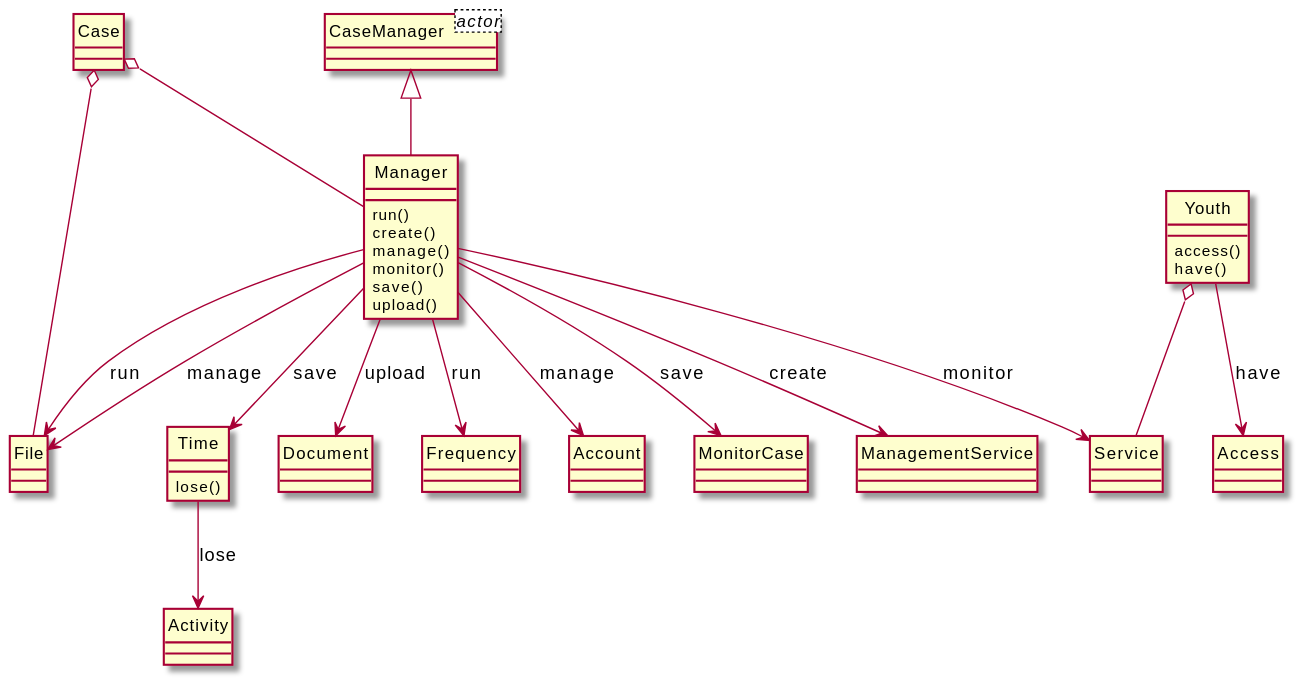
The PlantUML diagram output/diagram_5/2014-USC-Project08.svg in xixixhalu/DomainModelExtractor, before a commit.
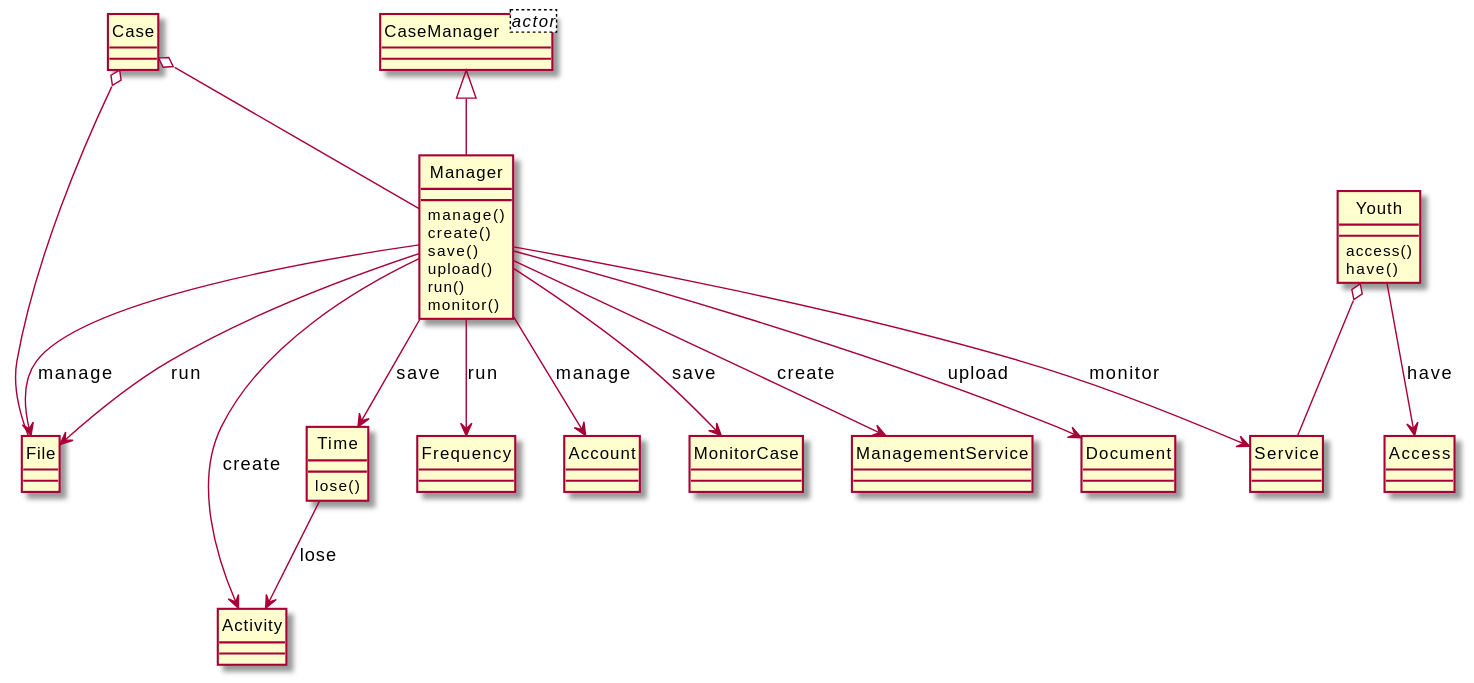
Later version of the same file.

Diff of the diagram source:
```diff
@@ -7,51 +7,52 @@
 class File {
 }
 class Manager {
-	run()
+	manage()
 	create()
-	manage()
-	monitor()
 	save()
 	upload()
+	run()
+	monitor()
 }
 class Service {
 }
 class Time {
 	lose()
 }
-class Document {
+class Activity {
 }
 class Frequency {
 }
 class Account {
 }
-class Activity {
-}
-class MonitorCase {
-}
 class Youth {
 	access()
 	have()
 }
-class Access {
+class MonitorCase {
 }
 class ManagementService {
 }
+class Document {
+}
+class Access {
+}
 class CaseManager {
 }
-Time --> Activity : lose
+Manager --> File : manage
+Manager --> Time : save
 Youth o-- Service
-Manager --> Frequency : run
-Manager --> Service : monitor
-Manager --> MonitorCase : save
-Case o-- File
-CaseManager <|-- Manager
-Manager --> Time : save
-Youth --> Access : have
 Manager --> ManagementService : create
 Manager --> Account : manage
+Time --> Activity : lose
+CaseManager <|-- Manager
+Manager --> Activity : create
+Manager --> Document : upload
+Manager --> Service : monitor
+Youth --> Access : have
+Case o-- File
 Case o-- Manager
-Manager --> File : manage
-Manager --> Document : upload
+Manager --> MonitorCase : save
+Manager --> Frequency : run
 Manager --> File : run
 @enduml
```
